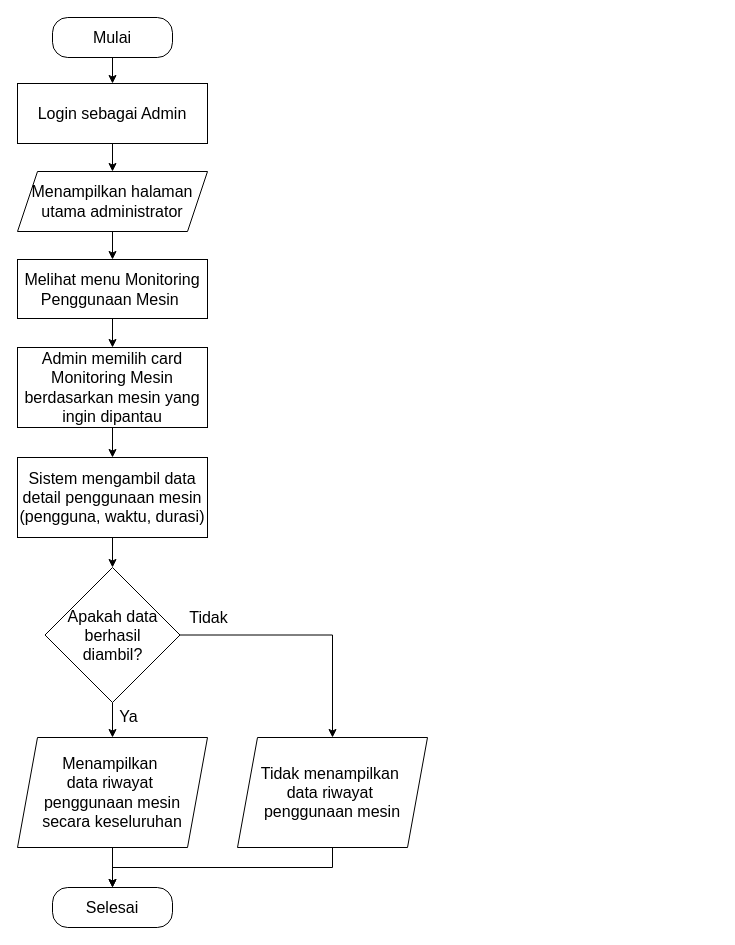
This is page "Proses Melihat Riwayat Penggunaan Mesin pada Admin" (39 of 42) of Diagram Aktivitas Admin.drawio.xml from murtianggraeni/TugasAkhir_Flowchart, a draw.io file, before an edit. Source tidied: cells renumbered, new cells numbered last; positions are measured from the earlier drawing's top-left corner, leaving out a move shared by most shapes. Both pictures are drawn from the tidied source at 100%, with x=0, y=0 at pixel (17, 17).
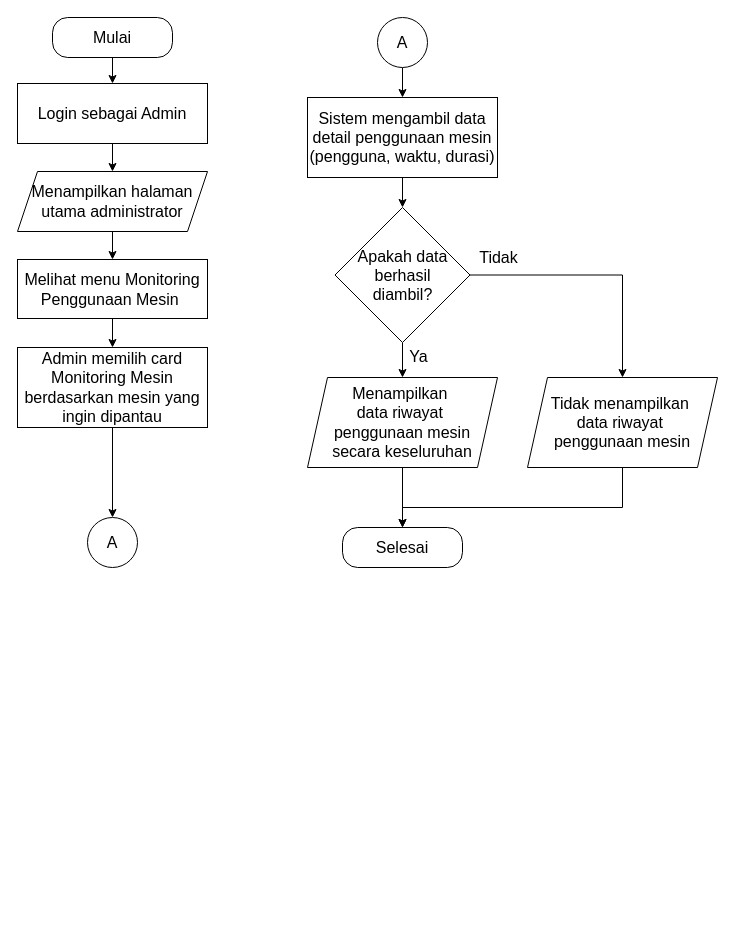
Above is the later version.

The change refers to these unchanged cells:
```xml
<mxCell id="3" value="&lt;font style=&quot;font-size: 16px;&quot;&gt;Login sebagai Admin&lt;/font&gt;" style="whiteSpace=wrap;html=1;" parent="1" vertex="1">
  <mxGeometry y="66" width="190" height="60" as="geometry" />
</mxCell>
<mxCell id="9" value="&lt;font style=&quot;font-size: 16px;&quot;&gt;Admin memilih card Monitoring Mesin berdasarkan mesin yang ingin dipantau&lt;/font&gt;" style="whiteSpace=wrap;html=1;" parent="1" vertex="1">
  <mxGeometry y="330" width="190" height="80" as="geometry" />
</mxCell>
```

Change to the diagram source:
```diff
@@
-    <mxCell id="8" style="edgeStyle=orthogonalEdgeStyle;rounded=0;jettySize=auto;html=1;" parent="1" edge="1" source="9" target="14">
-      <mxGeometry relative="1" as="geometry" />
-    </mxCell>
+    <mxCell id="24" style="edgeStyle=orthogonalEdgeStyle;rounded=0;jettySize=auto;html=1;" parent="1" edge="1" source="9" target="25">
+      <mxGeometry relative="1" as="geometry" />
+    </mxCell>
@@
+    <mxCell id="22" style="edgeStyle=orthogonalEdgeStyle;rounded=0;jettySize=auto;html=1;entryX=0.5;entryY=0;entryDx=0;entryDy=0;" parent="1" edge="1" source="23" target="3">
+      <mxGeometry relative="1" as="geometry" />
+    </mxCell>
+    <mxCell id="23" value="&lt;font style=&quot;font-size: 16px;&quot;&gt;Mulai&lt;/font&gt;" style="rounded=1;whiteSpace=wrap;html=1;arcSize=38;" parent="1" vertex="1">
+      <mxGeometry x="35" width="120" height="40" as="geometry" />
+    </mxCell>
@@
     <mxCell id="11" value="&lt;font style=&quot;font-size: 16px;&quot;&gt;Menampilkan&amp;nbsp;&lt;/font&gt;&lt;div&gt;&lt;font style=&quot;background-color: initial; font-size: 16px;&quot;&gt;data riwayat&amp;nbsp;&lt;/font&gt;&lt;/div&gt;&lt;div&gt;&lt;font style=&quot;background-color: initial; font-size: 16px;&quot;&gt;penggunaan mesin secara&amp;nbsp;&lt;/font&gt;&lt;span style=&quot;background-color: initial; font-size: 16px;&quot;&gt;keseluruhan&lt;/span&gt;&lt;/div&gt;" style="shape=parallelogram;perimeter=parallelogramPerimeter;whiteSpace=wrap;html=1;fixedSize=1;" parent="1" vertex="1">
-      <mxGeometry y="720" width="190" height="110" as="geometry" />
+      <mxGeometry x="290" y="360" width="190" height="90" as="geometry" />
     </mxCell>
     <mxCell id="12" value="&lt;font style=&quot;font-size: 16px;&quot;&gt;Selesai&lt;/font&gt;" style="rounded=1;whiteSpace=wrap;html=1;arcSize=38;" parent="1" vertex="1">
-      <mxGeometry x="35" y="870" width="120" height="40" as="geometry" />
+      <mxGeometry x="325" y="510" width="120" height="40" as="geometry" />
     </mxCell>
@@
     <mxCell id="14" value="&lt;font style=&quot;font-size: 16px;&quot;&gt;Sistem mengambil data detail penggunaan mesin (pengguna, waktu, durasi)&lt;/font&gt;" style="whiteSpace=wrap;html=1;" parent="1" vertex="1">
-      <mxGeometry y="440" width="190" height="80" as="geometry" />
+      <mxGeometry x="290" y="80" width="190" height="80" as="geometry" />
     </mxCell>
@@
     <mxCell id="19" value="&lt;font style=&quot;font-size: 16px;&quot;&gt;Apakah data berhasil&lt;/font&gt;&lt;div&gt;&lt;font style=&quot;font-size: 16px;&quot;&gt;diambil?&lt;/font&gt;&lt;/div&gt;" style="rhombus;whiteSpace=wrap;html=1;" parent="1" vertex="1">
-      <mxGeometry x="27.5" y="550" width="135" height="135" as="geometry" />
+      <mxGeometry x="317.5" y="190" width="135" height="135" as="geometry" />
     </mxCell>
     <mxCell id="20" style="edgeStyle=orthogonalEdgeStyle;rounded=0;jettySize=auto;html=1;entryX=0.5;entryY=0;entryDx=0;entryDy=0;" parent="1" edge="1" source="21" target="12">
       <mxGeometry relative="1" as="geometry">
         <Array as="points">
-          <mxPoint x="315" y="850" />
-          <mxPoint x="95" y="850" />
+          <mxPoint x="605" y="490" />
+          <mxPoint x="385" y="490" />
         </Array>
       </mxGeometry>
     </mxCell>
     <mxCell id="21" value="&lt;span style=&quot;font-size: 16px;&quot;&gt;Tidak menampilkan&amp;nbsp;&lt;/span&gt;&lt;div&gt;&lt;span style=&quot;font-size: 16px;&quot;&gt;data riwayat&amp;nbsp;&lt;/span&gt;&lt;/div&gt;&lt;div&gt;&lt;span style=&quot;font-size: 16px;&quot;&gt;penggunaan mesin&lt;/span&gt;&lt;/div&gt;" style="shape=parallelogram;perimeter=parallelogramPerimeter;whiteSpace=wrap;html=1;fixedSize=1;" parent="1" vertex="1">
-      <mxGeometry x="220" y="720" width="190" height="110" as="geometry" />
+      <mxGeometry x="510" y="360" width="190" height="90" as="geometry" />
     </mxCell>
-    <mxCell id="22" style="edgeStyle=orthogonalEdgeStyle;rounded=0;jettySize=auto;html=1;entryX=0.5;entryY=0;entryDx=0;entryDy=0;" parent="1" edge="1" source="23" target="3">
-      <mxGeometry relative="1" as="geometry" />
-    </mxCell>
-    <mxCell id="23" value="&lt;font style=&quot;font-size: 16px;&quot;&gt;Mulai&lt;/font&gt;" style="rounded=1;whiteSpace=wrap;html=1;arcSize=38;" parent="1" vertex="1">
-      <mxGeometry x="35" width="120" height="40" as="geometry" />
-    </mxCell>
+    <mxCell id="25" value="&lt;font style=&quot;font-size: 16px;&quot;&gt;A&lt;/font&gt;" style="ellipse;whiteSpace=wrap;html=1;" parent="1" vertex="1">
+      <mxGeometry x="70" y="500" width="50" height="50" as="geometry" />
+    </mxCell>
+    <mxCell id="26" style="edgeStyle=orthogonalEdgeStyle;rounded=0;jettySize=auto;html=1;" parent="1" edge="1" source="27" target="14">
+      <mxGeometry relative="1" as="geometry" />
+    </mxCell>
+    <mxCell id="27" value="&lt;font style=&quot;font-size: 16px;&quot;&gt;A&lt;/font&gt;" style="ellipse;whiteSpace=wrap;html=1;" parent="1" vertex="1">
+      <mxGeometry x="360" width="50" height="50" as="geometry" />
+    </mxCell>
```
